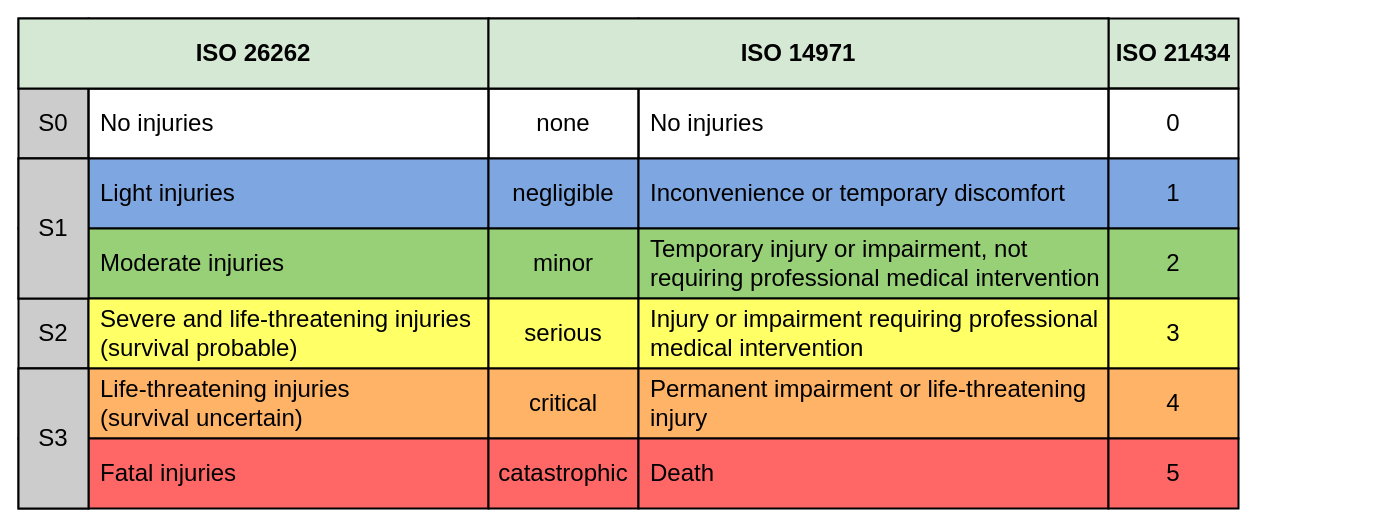
Before: source/reference_documents/secondary_documents/design phase/Ranked - Risked Threat Report/images/source/risk quantized.drawio in nutonomy/AVCDL, a draw.io diagram. Source tidied: cells renumbered, new cells numbered last; positions are measured from the earlier drawing's top-left corner, leaving out a move shared by most shapes. Both pictures are drawn from the tidied source at 100%, with x=0, y=0 at pixel (18, 18).
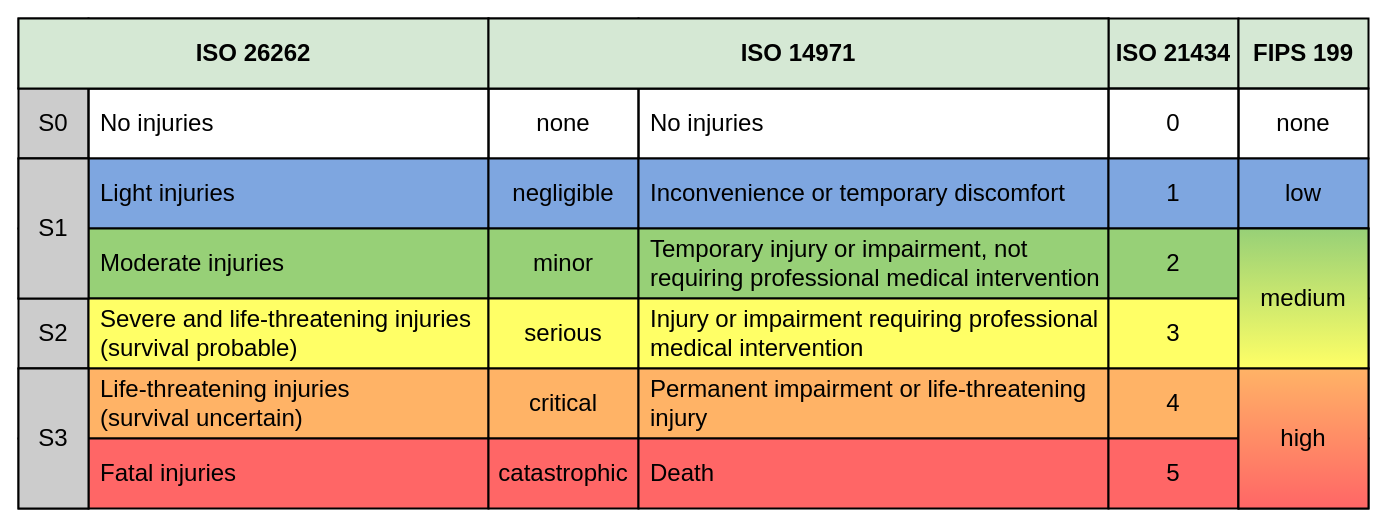
After the change.

Commit message (it also covers changes not shown here):
updated ranked / risked threat report to add FIPS 199 severity to risk quantization table

The edit, as a diff of the source:
```diff
@@
     <mxCell id="2" style="shape=table;html=1;whiteSpace=wrap;startSize=0;childLayout=tableLayout;" parent="1" vertex="1">
-      <mxGeometry width="1220" height="490" as="geometry" />
+      <mxGeometry width="1350" height="490" as="geometry" />
     </mxCell>
     <mxCell id="3" style="shape=partialRectangle;html=1;whiteSpace=wrap;fillColor=none;top=0;left=0;bottom=0;right=0;" parent="2" vertex="1">
-      <mxGeometry width="1220" height="70" as="geometry" />
+      <mxGeometry width="1350" height="70" as="geometry" />
     </mxCell>
@@
-    <mxCell id="8" value="&lt;b&gt;ISO 21434&lt;/b&gt;" style="shape=partialRectangle;html=1;whiteSpace=wrap;overflow=hidden;top=1;left=1;bottom=1;right=1;strokeWidth=2;fontSize=24;fillColor=#D5E8D4;" parent="3" vertex="1">
+    <mxCell id="8" value="&lt;b style=&quot;color: rgb(0, 0, 0); font-family: Helvetica; font-size: 24px; font-style: normal; font-variant-ligatures: normal; font-variant-caps: normal; letter-spacing: normal; orphans: 2; text-align: center; text-indent: 0px; text-transform: none; widows: 2; word-spacing: 0px; -webkit-text-stroke-width: 0px; text-decoration-thickness: initial; text-decoration-style: initial; text-decoration-color: initial; background-color: rgb(213, 232, 212);&quot;&gt;ISO 21434&lt;/b&gt;" style="shape=partialRectangle;html=1;whiteSpace=wrap;overflow=hidden;top=1;left=1;bottom=1;right=1;strokeWidth=2;fontSize=24;fillColor=#D5E8D4;" parent="3" vertex="1">
       <mxGeometry x="1090" width="130" height="70" as="geometry" />
     </mxCell>
+    <mxCell id="49" value="&lt;b style=&quot;color: rgb(0, 0, 0); font-family: Helvetica; font-size: 24px; font-style: normal; font-variant-ligatures: normal; font-variant-caps: normal; letter-spacing: normal; orphans: 2; text-align: center; text-indent: 0px; text-transform: none; widows: 2; word-spacing: 0px; -webkit-text-stroke-width: 0px; text-decoration-thickness: initial; text-decoration-style: initial; text-decoration-color: initial; background-color: rgb(213, 232, 212);&quot;&gt;FIPS 199&lt;/b&gt;" style="shape=partialRectangle;html=1;whiteSpace=wrap;overflow=hidden;top=1;left=1;bottom=1;right=1;strokeWidth=2;fontSize=24;fillColor=#D5E8D4;" parent="3" vertex="1">
+      <mxGeometry x="1220" width="130" height="70" as="geometry" />
+    </mxCell>
     <mxCell id="9" style="shape=partialRectangle;html=1;whiteSpace=wrap;fillColor=none;top=0;left=0;bottom=0;right=0;" parent="2" vertex="1">
-      <mxGeometry y="70" width="1220" height="70" as="geometry" />
+      <mxGeometry y="70" width="1350" height="70" as="geometry" />
     </mxCell>
@@
+    <mxCell id="50" value="none" style="shape=partialRectangle;html=1;whiteSpace=wrap;overflow=hidden;fillColor=none;top=1;left=1;bottom=1;right=1;strokeWidth=2;fontSize=24;" parent="9" vertex="1">
+      <mxGeometry x="1220" width="130" height="70" as="geometry" />
+    </mxCell>
     <mxCell id="15" style="shape=partialRectangle;html=1;whiteSpace=wrap;fillColor=none;top=0;left=0;bottom=0;right=0;" parent="2" vertex="1">
-      <mxGeometry y="140" width="1220" height="70" as="geometry" />
+      <mxGeometry y="140" width="1350" height="70" as="geometry" />
     </mxCell>
@@
+    <mxCell id="51" value="low" style="shape=partialRectangle;html=1;whiteSpace=wrap;overflow=hidden;top=1;left=1;bottom=1;right=1;strokeWidth=2;fontSize=24;fillColor=#7EA6E0;" parent="15" vertex="1">
+      <mxGeometry x="1220" width="130" height="70" as="geometry" />
+    </mxCell>
     <mxCell id="21" style="shape=partialRectangle;html=1;whiteSpace=wrap;fillColor=none;top=0;left=0;bottom=0;right=0;" parent="2" vertex="1">
-      <mxGeometry y="210" width="1220" height="70" as="geometry" />
+      <mxGeometry y="210" width="1350" height="70" as="geometry" />
     </mxCell>
@@
+    <mxCell id="52" style="shape=partialRectangle;html=1;whiteSpace=wrap;overflow=hidden;top=1;left=1;bottom=1;right=1;strokeWidth=2;fontSize=24;fillColor=#97D077;" parent="21" vertex="1">
+      <mxGeometry x="1220" width="130" height="70" as="geometry" />
+    </mxCell>
     <mxCell id="27" style="shape=partialRectangle;html=1;whiteSpace=wrap;fillColor=none;top=0;left=0;bottom=0;right=0;" parent="2" vertex="1">
-      <mxGeometry y="280" width="1220" height="70" as="geometry" />
+      <mxGeometry y="280" width="1350" height="70" as="geometry" />
     </mxCell>
@@
+    <mxCell id="53" style="shape=partialRectangle;html=1;whiteSpace=wrap;overflow=hidden;top=1;left=1;bottom=1;right=1;strokeWidth=2;fontSize=24;fillColor=#FFFF66;" parent="27" vertex="1">
+      <mxGeometry x="1220" width="130" height="70" as="geometry" />
+    </mxCell>
     <mxCell id="33" style="shape=partialRectangle;html=1;whiteSpace=wrap;fillColor=none;top=0;left=0;bottom=0;right=0;" parent="2" vertex="1">
-      <mxGeometry y="350" width="1220" height="70" as="geometry" />
+      <mxGeometry y="350" width="1350" height="70" as="geometry" />
     </mxCell>
@@
+    <mxCell id="54" style="shape=partialRectangle;html=1;whiteSpace=wrap;overflow=hidden;top=1;left=1;bottom=1;right=1;strokeWidth=2;fontSize=24;fillColor=#FFB366;" parent="33" vertex="1">
+      <mxGeometry x="1220" width="130" height="70" as="geometry" />
+    </mxCell>
     <mxCell id="39" style="shape=partialRectangle;html=1;whiteSpace=wrap;fillColor=none;top=0;left=0;bottom=0;right=0;" parent="2" vertex="1">
-      <mxGeometry y="420" width="1220" height="70" as="geometry" />
+      <mxGeometry y="420" width="1350" height="70" as="geometry" />
     </mxCell>
@@
+    <mxCell id="55" style="shape=partialRectangle;html=1;whiteSpace=wrap;overflow=hidden;top=1;left=1;bottom=1;right=1;strokeWidth=2;fontSize=24;fillColor=#FF6666;" parent="39" vertex="1">
+      <mxGeometry x="1220" width="130" height="70" as="geometry" />
+    </mxCell>
@@
+    <mxCell id="56" value="&lt;font style=&quot;font-size: 24px&quot;&gt;medium&lt;/font&gt;" style="rounded=0;whiteSpace=wrap;html=1;strokeColor=#000000;strokeWidth=2;fontSize=18;align=center;fillColor=#97D077;gradientColor=#FFFF66;" parent="1" vertex="1">
+      <mxGeometry x="1220" y="210" width="130" height="140" as="geometry" />
+    </mxCell>
+    <mxCell id="57" value="&lt;font style=&quot;font-size: 24px&quot;&gt;high&lt;/font&gt;" style="rounded=0;whiteSpace=wrap;html=1;strokeColor=#000000;strokeWidth=2;fontSize=18;align=center;fillColor=#FFB366;gradientColor=#FF6666;" parent="1" vertex="1">
+      <mxGeometry x="1220" y="350" width="130" height="140" as="geometry" />
+    </mxCell>
```
